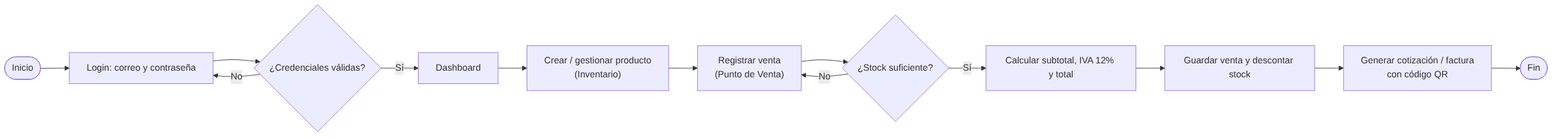
Before: docs/diagramas/0-recorrido.png, a diagram exported from Mermaid (david69-js/tarea-seguridad-auditoria). Its source is kept beside it as docs/diagramas/0-recorrido.mmd.
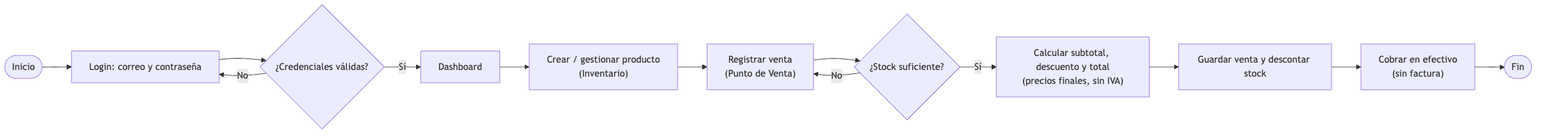
After the change.

The edit, as a diff of the source:
```diff
@@ -8,7 +8,7 @@
     E --> F["Registrar venta<br/>(Punto de Venta)"]
     F --> G{"¿Stock suficiente?"}
     G -->|No| F
-    G -->|Sí| H["Calcular subtotal, IVA 12% y total"]
+    G -->|Sí| H["Calcular subtotal, descuento y total<br/>(precios finales, sin IVA)"]
     H --> I["Guardar venta y descontar stock"]
-    I --> J["Generar cotización / factura<br/>con código QR"]
+    I --> J["Cobrar en efectivo<br/>(sin factura)"]
     J --> K([Fin])
```
